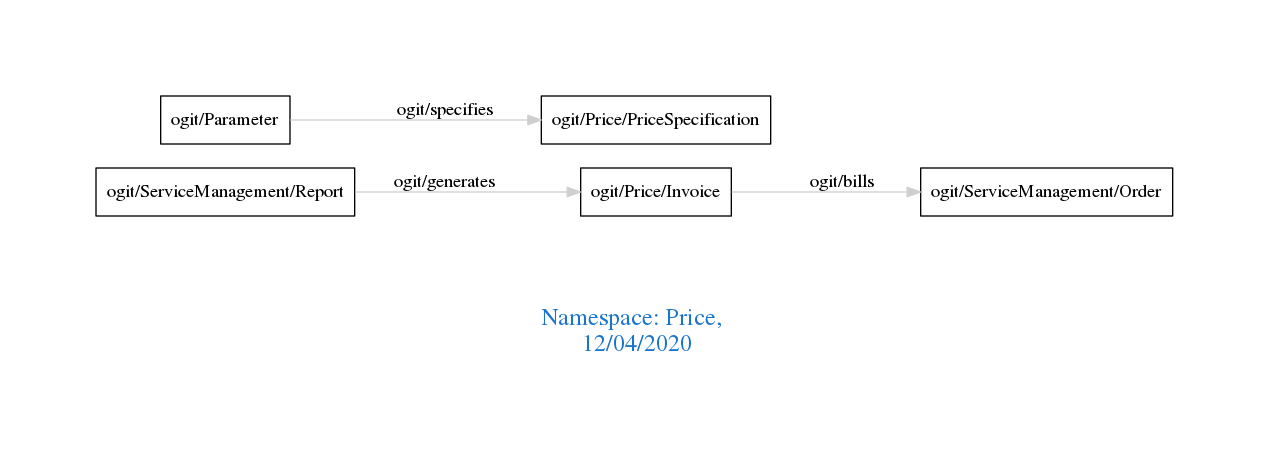
arago/OGIT keeps this Graphviz diagram as downloads/Price.png. Above is the earlier version. Its source is kept beside it as downloads/Price.dot.
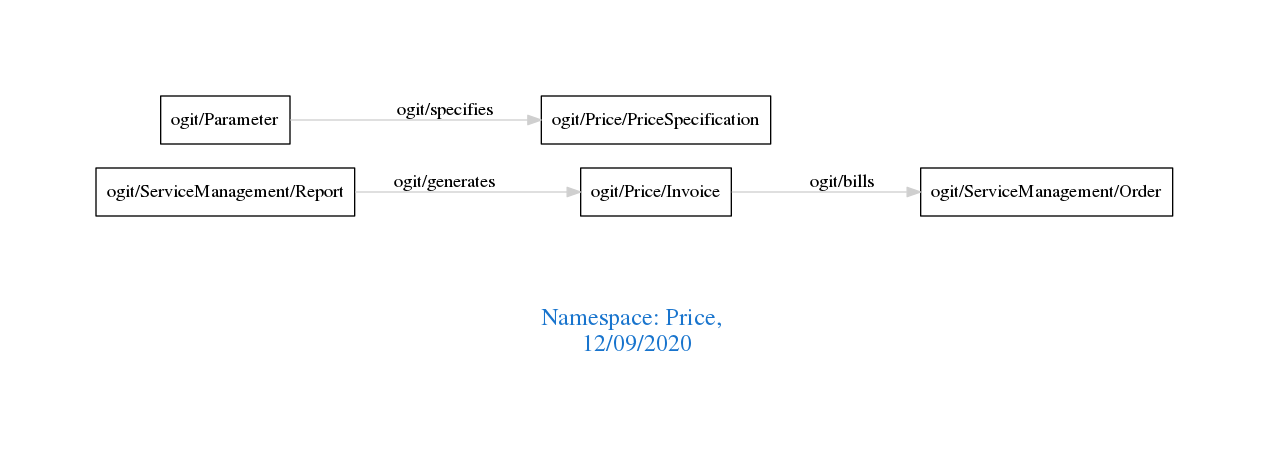
After the commit.

What changed in the source:
```diff
@@ -1,7 +1,7 @@
 digraph OGIT_ontology {
  graph [ rankdir= LR,pad=1
 fontsize = 18,
-fontcolor= dodgerblue3,label = "\n\n\nNamespace: Price, \n 12/04/2020"];
+fontcolor= dodgerblue3,label = "\n\n\nNamespace: Price, \n 12/09/2020"];
 node[shape=polygon];
 edge [  color="gray81"];
 
```
